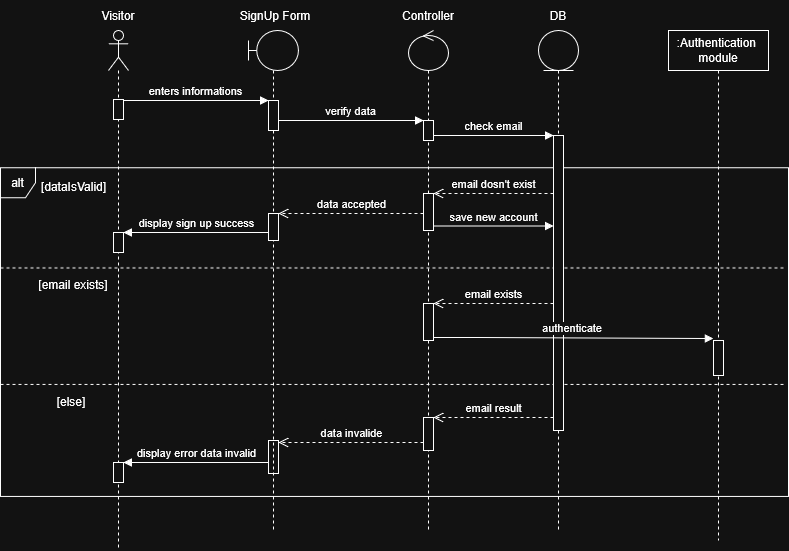
Above: uml diagram/createAccount_sequence.png in rayenbenyoussef/Jci_Manager (draw.io), before the change. Source tidied: cells renumbered, new cells last; positions are measured from the earlier drawing's top-left corner, leaving out a move shared by most shapes.
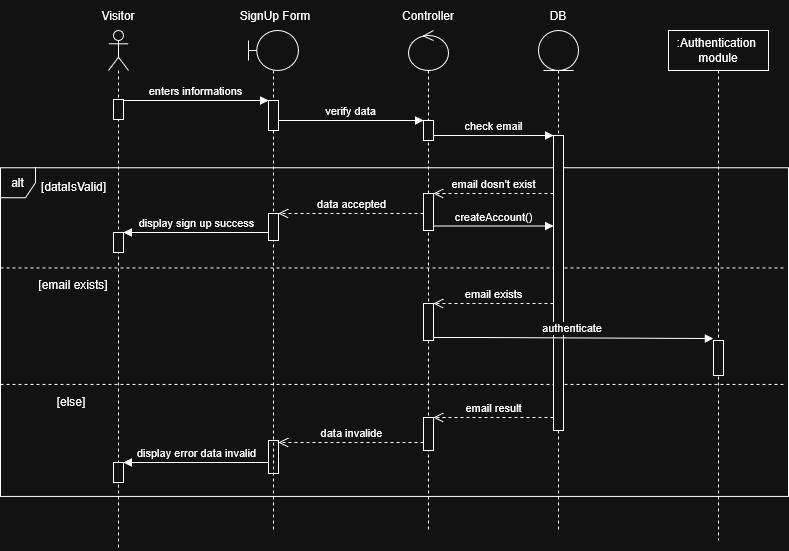
Above is the later version.

The edit, as a diff of the source:
```diff
@@ -102,7 +102,7 @@
     <mxCell id="30" style="html=1;points=[[0,0,0,0,5],[0,1,0,0,-5],[1,0,0,0,5],[1,1,0,0,-5]];perimeter=orthogonalPerimeter;outlineConnect=0;targetShapes=umlLifeline;portConstraint=eastwest;newEdgeStyle={&quot;curved&quot;:0,&quot;rounded&quot;:0};" parent="24" vertex="1">
       <mxGeometry x="50" y="120" width="10" height="20" as="geometry" />
     </mxCell>
-    <mxCell id="31" value="save new account" style="html=1;verticalAlign=bottom;endArrow=block;curved=0;rounded=0;" parent="1" edge="1">
+    <mxCell id="31" value="createAccount()" style="html=1;verticalAlign=bottom;endArrow=block;curved=0;rounded=0;" parent="1" edge="1">
       <mxGeometry relative="1" as="geometry">
         <mxPoint x="433" y="225.5" as="sourcePoint" />
         <mxPoint x="553" y="225.5" as="targetPoint" />
```
